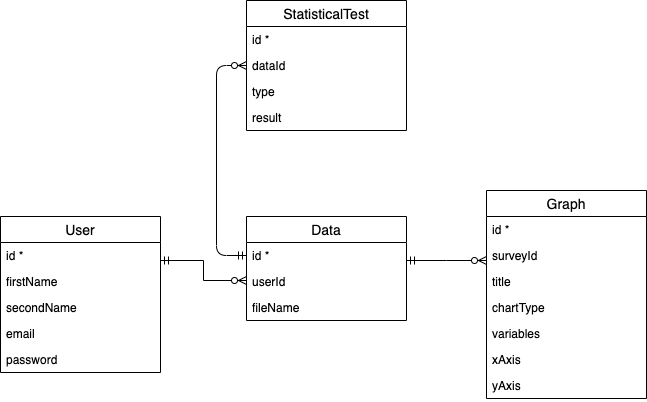
Earlier version of the draw.io export diagrams/preliminaryDatabaseDesign.png (GeorgeWebberley/surveyApp). Source tidied: cells renumbered, new cells last; positions are measured from the earlier drawing's top-left corner, leaving out a move shared by most shapes. The source it was exported from:
```xml
<mxGraphModel>
  <root>
    <mxCell id="0" />
    <mxCell id="1" parent="0" />
    <mxCell id="2" style="edgeStyle=orthogonalEdgeStyle;rounded=0;jettySize=auto;html=1;startArrow=ERmandOne;startFill=0;endArrow=ERzeroToMany;endFill=1;" parent="1" edge="1" source="16" target="4">
      <mxGeometry relative="1" as="geometry">
        <Array as="points">
          <mxPoint x="203" y="260" />
          <mxPoint x="203" y="280" />
        </Array>
      </mxGeometry>
    </mxCell>
    <mxCell id="3" style="edgeStyle=orthogonalEdgeStyle;rounded=0;jettySize=auto;html=1;startArrow=ERmandOne;startFill=0;endArrow=ERzeroToMany;endFill=1;" parent="1" edge="1" source="4" target="8">
      <mxGeometry relative="1" as="geometry">
        <Array as="points">
          <mxPoint x="446" y="260" />
          <mxPoint x="446" y="260" />
        </Array>
      </mxGeometry>
    </mxCell>
    <mxCell id="4" value="Data" style="swimlane;fontStyle=0;horizontal=1;startSize=26;align=center;fontSize=14;" parent="1" vertex="1">
      <mxGeometry x="246" y="216" width="160" height="104" as="geometry" />
    </mxCell>
    <mxCell id="5" value="id *" style="text;strokeColor=none;fillColor=none;spacingLeft=4;spacingRight=4;overflow=hidden;points=[[0,0.5],[1,0.5]];portConstraint=eastwest;fontSize=12;" parent="4" vertex="1">
      <mxGeometry y="26" width="160" height="26" as="geometry" />
    </mxCell>
    <mxCell id="6" value="userId" style="text;strokeColor=none;fillColor=none;spacingLeft=4;spacingRight=4;overflow=hidden;fontSize=12;" parent="4" vertex="1">
      <mxGeometry y="52" width="160" height="26" as="geometry" />
    </mxCell>
    <mxCell id="7" value="fileName" style="text;strokeColor=none;fillColor=none;spacingLeft=4;spacingRight=4;overflow=hidden;fontSize=12;" parent="4" vertex="1">
      <mxGeometry y="78" width="160" height="26" as="geometry" />
    </mxCell>
    <mxCell id="8" value="Graph" style="swimlane;fontStyle=0;horizontal=1;startSize=26;align=center;fontSize=14;" parent="1" vertex="1">
      <mxGeometry x="486" y="190" width="160" height="208" as="geometry" />
    </mxCell>
    <mxCell id="9" value="id *" style="text;strokeColor=none;fillColor=none;spacingLeft=4;spacingRight=4;overflow=hidden;fontSize=12;" parent="8" vertex="1">
      <mxGeometry y="26" width="160" height="26" as="geometry" />
    </mxCell>
    <mxCell id="10" value="surveyId" style="text;strokeColor=none;fillColor=none;spacingLeft=4;spacingRight=4;overflow=hidden;fontSize=12;" parent="8" vertex="1">
      <mxGeometry y="52" width="160" height="26" as="geometry" />
    </mxCell>
    <mxCell id="11" value="title" style="text;strokeColor=none;fillColor=none;spacingLeft=4;spacingRight=4;overflow=hidden;fontSize=12;" parent="8" vertex="1">
      <mxGeometry y="78" width="160" height="26" as="geometry" />
    </mxCell>
    <mxCell id="12" value="chartType" style="text;strokeColor=none;fillColor=none;spacingLeft=4;spacingRight=4;overflow=hidden;fontSize=12;" parent="8" vertex="1">
      <mxGeometry y="104" width="160" height="26" as="geometry" />
    </mxCell>
    <mxCell id="13" value="variables" style="text;strokeColor=none;fillColor=none;spacingLeft=4;spacingRight=4;overflow=hidden;fontSize=12;" parent="8" vertex="1">
      <mxGeometry y="130" width="160" height="26" as="geometry" />
    </mxCell>
    <mxCell id="14" value="xAxis" style="text;strokeColor=none;fillColor=none;spacingLeft=4;spacingRight=4;overflow=hidden;fontSize=12;" parent="8" vertex="1">
      <mxGeometry y="156" width="160" height="26" as="geometry" />
    </mxCell>
    <mxCell id="15" value="yAxis" style="text;strokeColor=none;fillColor=none;spacingLeft=4;spacingRight=4;overflow=hidden;fontSize=12;" parent="8" vertex="1">
      <mxGeometry y="182" width="160" height="26" as="geometry" />
    </mxCell>
    <mxCell id="16" value="User" style="swimlane;fontStyle=0;horizontal=1;startSize=26;align=center;fontSize=14;" parent="1" vertex="1">
      <mxGeometry y="216" width="160" height="156" as="geometry" />
    </mxCell>
    <mxCell id="17" value="id *" style="text;strokeColor=none;fillColor=none;spacingLeft=4;spacingRight=4;overflow=hidden;fontSize=12;" parent="16" vertex="1">
      <mxGeometry y="26" width="160" height="26" as="geometry" />
    </mxCell>
    <mxCell id="18" value="firstName" style="text;strokeColor=none;fillColor=none;spacingLeft=4;spacingRight=4;overflow=hidden;fontSize=12;" parent="16" vertex="1">
      <mxGeometry y="52" width="160" height="26" as="geometry" />
    </mxCell>
    <mxCell id="19" value="secondName" style="text;strokeColor=none;fillColor=none;spacingLeft=4;spacingRight=4;overflow=hidden;fontSize=12;" parent="16" vertex="1">
      <mxGeometry y="78" width="160" height="26" as="geometry" />
    </mxCell>
    <mxCell id="20" value="email" style="text;strokeColor=none;fillColor=none;spacingLeft=4;spacingRight=4;overflow=hidden;fontSize=12;" parent="16" vertex="1">
      <mxGeometry y="104" width="160" height="26" as="geometry" />
    </mxCell>
    <mxCell id="21" value="password" style="text;strokeColor=none;fillColor=none;spacingLeft=4;spacingRight=4;overflow=hidden;fontSize=12;" parent="16" vertex="1">
      <mxGeometry y="130" width="160" height="26" as="geometry" />
    </mxCell>
    <mxCell id="22" value="StatisticalTest" style="swimlane;fontStyle=0;horizontal=1;startSize=26;align=center;fontSize=14;" parent="1" vertex="1">
      <mxGeometry x="246" width="160" height="130" as="geometry" />
    </mxCell>
    <mxCell id="23" value="id *" style="text;strokeColor=none;fillColor=none;spacingLeft=4;spacingRight=4;overflow=hidden;fontSize=12;" parent="22" vertex="1">
      <mxGeometry y="26" width="160" height="26" as="geometry" />
    </mxCell>
    <mxCell id="24" value="dataId" style="text;strokeColor=none;fillColor=none;spacingLeft=4;spacingRight=4;overflow=hidden;points=[[0,0.5],[1,0.5]];portConstraint=eastwest;fontSize=12;" parent="22" vertex="1">
      <mxGeometry y="52" width="160" height="26" as="geometry" />
    </mxCell>
    <mxCell id="25" value="type" style="text;strokeColor=none;fillColor=none;spacingLeft=4;spacingRight=4;overflow=hidden;fontSize=12;" parent="22" vertex="1">
      <mxGeometry y="78" width="160" height="26" as="geometry" />
    </mxCell>
    <mxCell id="26" value="result" style="text;strokeColor=none;fillColor=none;spacingLeft=4;spacingRight=4;overflow=hidden;fontSize=12;" parent="22" vertex="1">
      <mxGeometry y="104" width="160" height="26" as="geometry" />
    </mxCell>
    <mxCell id="27" style="endArrow=ERzeroToMany;html=1;entryX=0;entryY=0.5;entryDx=0;entryDy=0;exitX=0;exitY=0.5;exitDx=0;exitDy=0;startArrow=ERmandOne;startFill=0;endFill=1;" parent="1" edge="1" source="5" target="24">
      <mxGeometry relative="1" as="geometry">
        <Array as="points">
          <mxPoint x="216" y="255" />
          <mxPoint x="216" y="65" />
        </Array>
      </mxGeometry>
    </mxCell>
  </root>
</mxGraphModel>
```
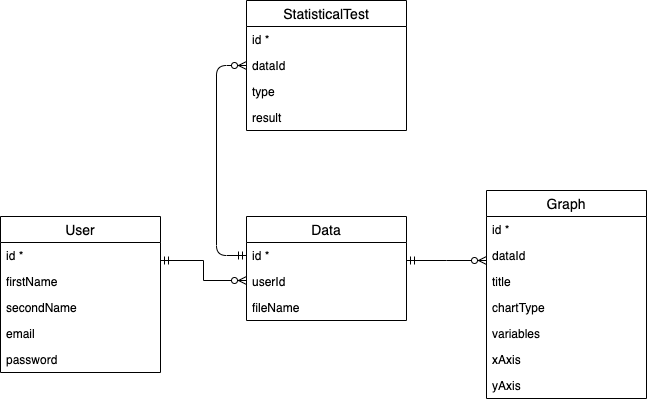
Later version of the same file.

What changed in the source:
```diff
@@ -36,7 +36,7 @@
     <mxCell id="9" value="id *" style="text;strokeColor=none;fillColor=none;spacingLeft=4;spacingRight=4;overflow=hidden;fontSize=12;" parent="8" vertex="1">
       <mxGeometry y="26" width="160" height="26" as="geometry" />
     </mxCell>
-    <mxCell id="10" value="surveyId" style="text;strokeColor=none;fillColor=none;spacingLeft=4;spacingRight=4;overflow=hidden;fontSize=12;" parent="8" vertex="1">
+    <mxCell id="10" value="dataId" style="text;strokeColor=none;fillColor=none;spacingLeft=4;spacingRight=4;overflow=hidden;fontSize=12;" parent="8" vertex="1">
       <mxGeometry y="52" width="160" height="26" as="geometry" />
     </mxCell>
     <mxCell id="11" value="title" style="text;strokeColor=none;fillColor=none;spacingLeft=4;spacingRight=4;overflow=hidden;fontSize=12;" parent="8" vertex="1">
```
